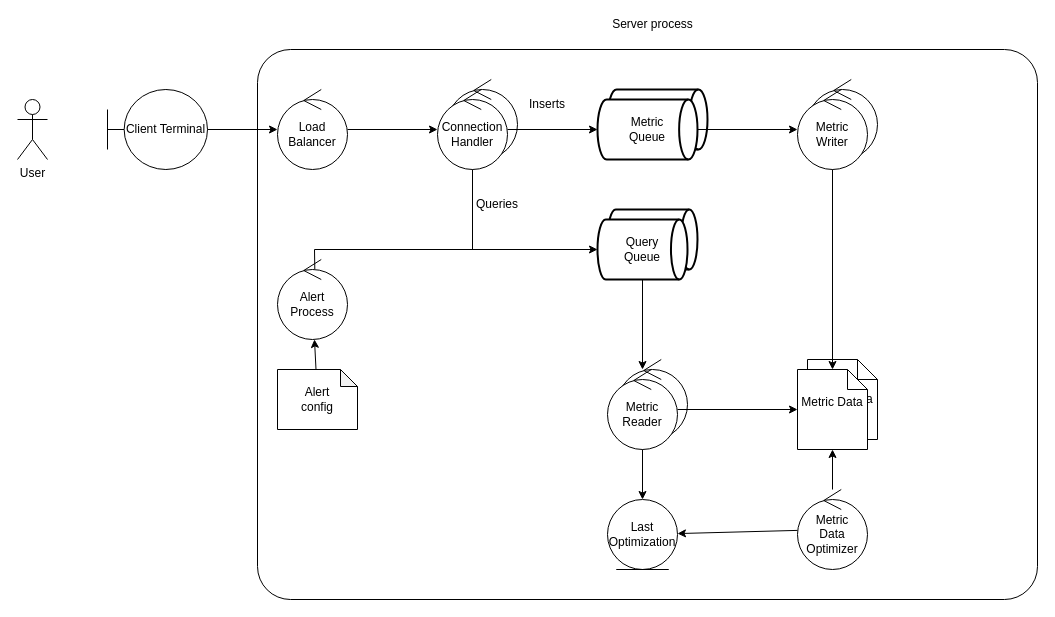
Above: page "Page-1" (1 of 3) of informe/TP1-metrics.drawio in mlafroce/metrics-alert-server (draw.io), before the change. Source tidied: cells renumbered, new cells numbered last; positions are measured from the earlier drawing's top-left corner, leaving out a move shared by most shapes. Both pictures are drawn from the tidied source at 100%, with x=0, y=0 at pixel (17, 19).
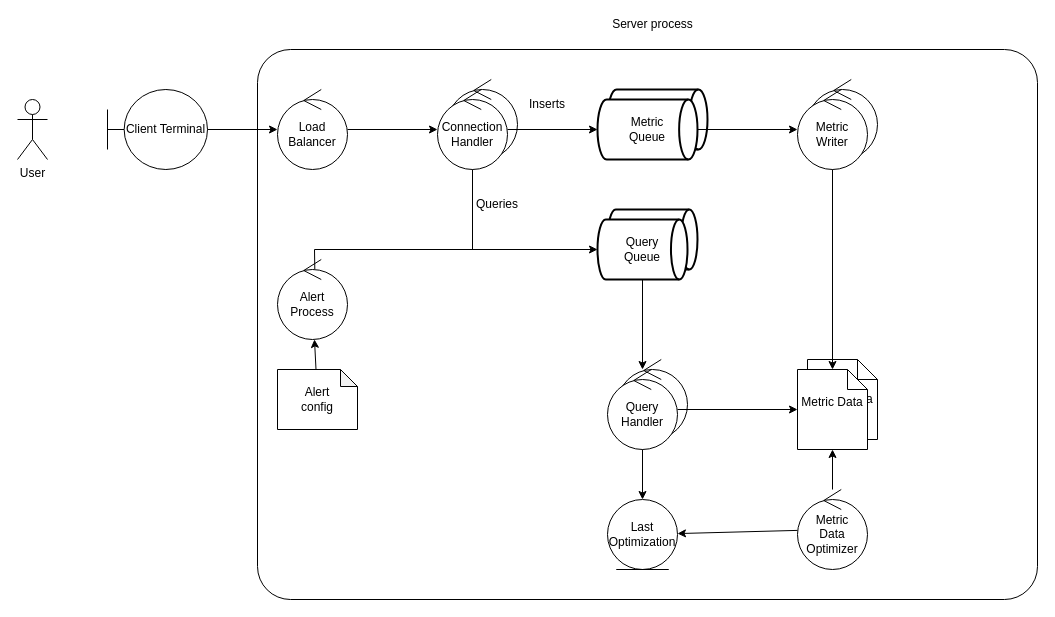
The same page after the edit.

The edit, as a diff of the source:
```diff
@@
-    <mxCell id="22" value="&lt;div&gt;Metric&lt;/div&gt;&lt;div&gt;Reader&lt;br&gt;&lt;/div&gt;" style="ellipse;shape=umlControl;whiteSpace=wrap;html=1;" parent="1" vertex="1">
+    <mxCell id="22" value="&lt;div&gt;Query&lt;/div&gt;&lt;div&gt;Handler&lt;br&gt;&lt;/div&gt;" style="ellipse;shape=umlControl;whiteSpace=wrap;html=1;" parent="1" vertex="1">
       <mxGeometry x="590" y="350" width="70" height="80" as="geometry" />
     </mxCell>
```
